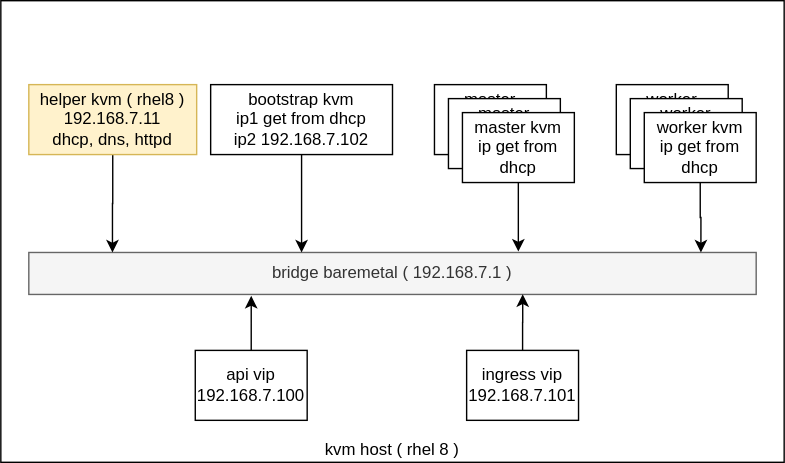
The draw.io diagram redhat/ocp4/4.6/dia/4.6.bm.ipi.drawio.svg in wangzheng422/docker_env, before a commit. Source tidied: cells renumbered, new cells last; positions are measured from the earlier drawing's top-left corner, leaving out a move shared by most shapes.
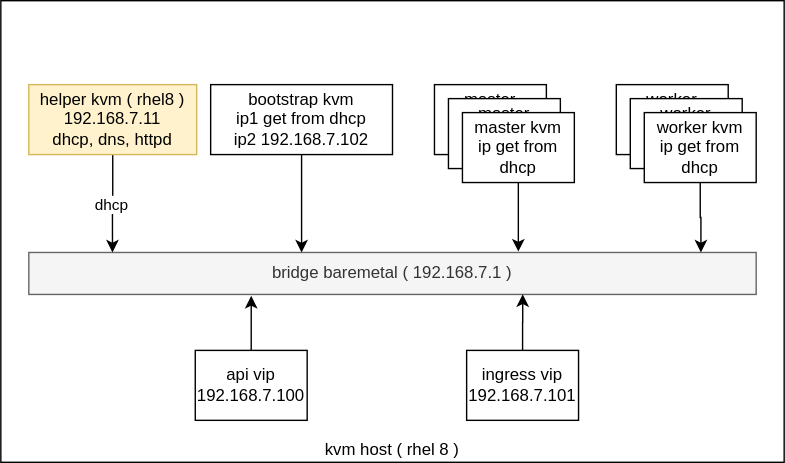
Above is the later version.

Change to the diagram source:
```diff
@@ -12,6 +12,9 @@
     <mxCell id="5" style="edgeStyle=orthogonalEdgeStyle;rounded=0;jettySize=auto;html=1;entryX=0.115;entryY=0;entryDx=0;entryDy=0;entryPerimeter=0;" parent="3" edge="1" source="6" target="4">
       <mxGeometry relative="1" as="geometry" />
     </mxCell>
+    <mxCell id="21" value="dhcp" style="edgeLabel;html=1;align=center;verticalAlign=middle;" parent="5" vertex="1">
+      <mxGeometry x="0.02" y="-1" relative="1" as="geometry" />
+    </mxCell>
     <mxCell id="6" value="helper kvm ( rhel8 )&lt;br&gt;192.168.7.11&lt;br&gt;dhcp, dns, httpd" style="rounded=0;whiteSpace=wrap;html=1;fillColor=#fff2cc;strokeColor=#d6b656;" parent="3" vertex="1">
       <mxGeometry x="20" y="60" width="120" height="50" as="geometry" />
     </mxCell>
```
